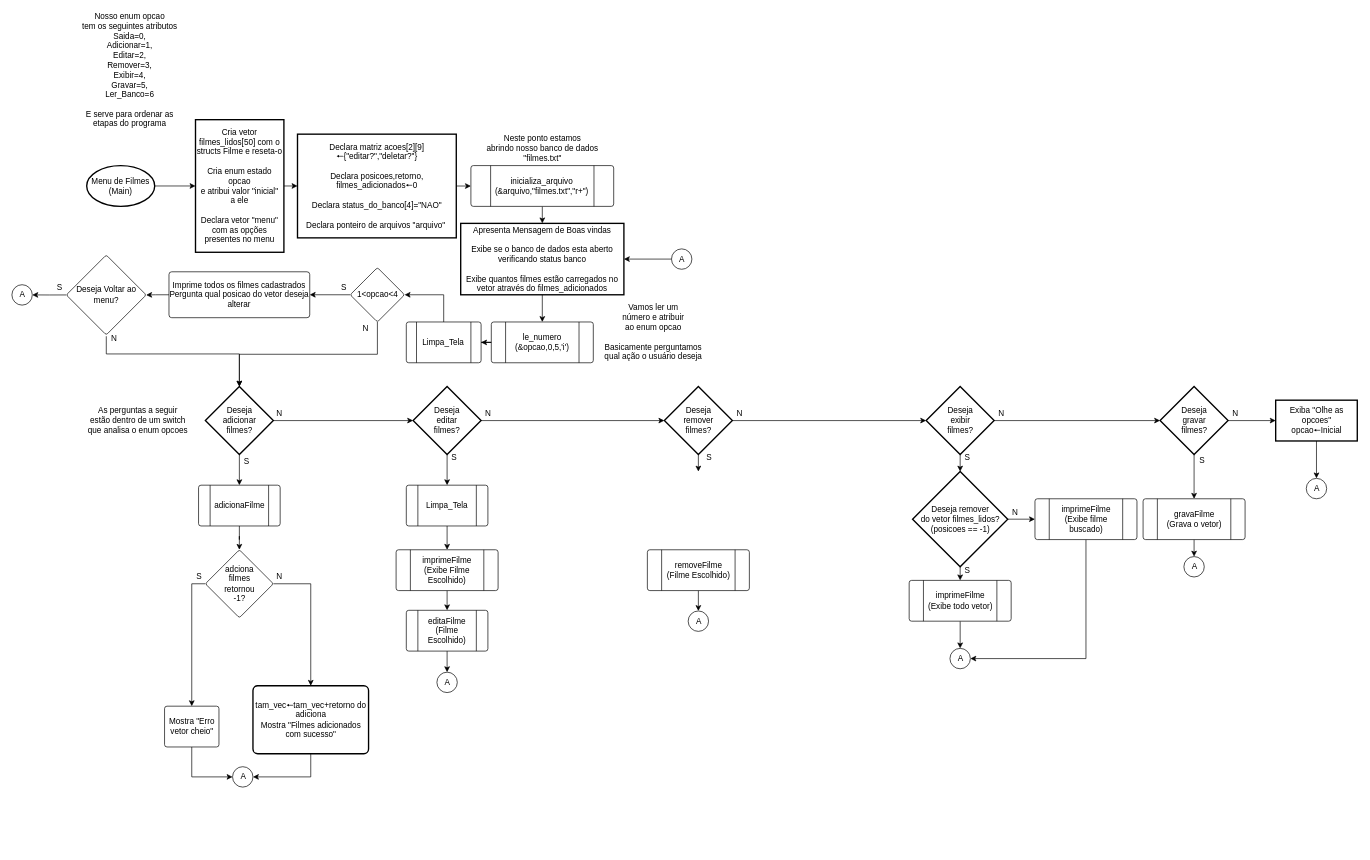
Before: Fluxograma/menu.drawio in riquetret/Mania-Filmes, a draw.io diagram. Source tidied: cells renumbered, new cells numbered last; positions are measured from the earlier drawing's top-left corner, leaving out a move shared by most shapes. Both pictures are drawn from the tidied source at 68%, with x=0, y=0 at pixel (12, 12).
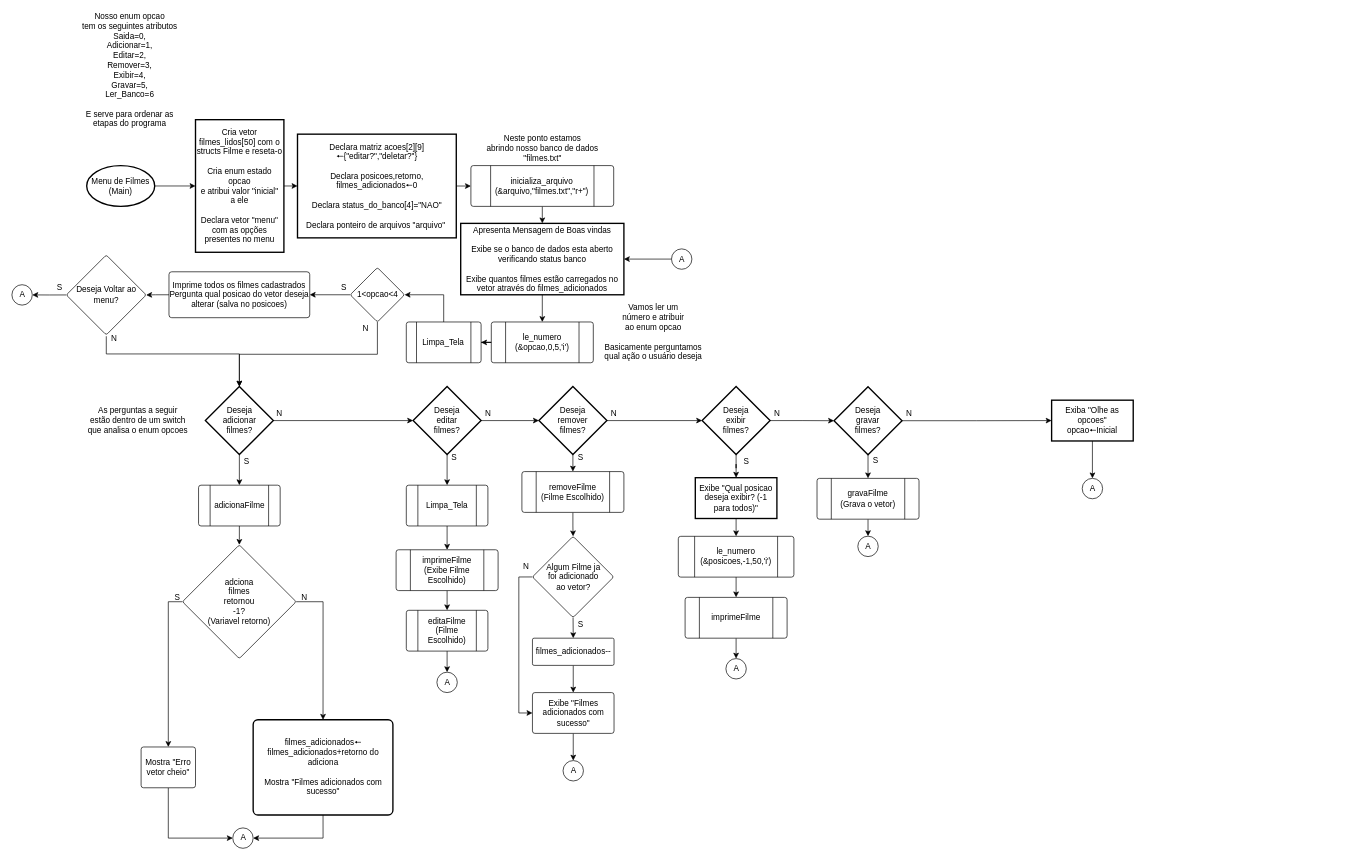
After the change.

The edit, as a diff of the source:
```diff
@@
-    <mxCell id="15" value="adciona&lt;br&gt;filmes&lt;br&gt;retornou&lt;br&gt;-1?" style="rhombus;whiteSpace=wrap;html=1;rounded=1;arcSize=6;" parent="1" vertex="1">
-      <mxGeometry x="284.5" y="790" width="100" height="100" as="geometry" />
+    <mxCell id="15" value="adciona&lt;br&gt;filmes&lt;br&gt;retornou&lt;br&gt;-1? &lt;br&gt;(Variavel retorno)" style="rhombus;whiteSpace=wrap;html=1;rounded=1;arcSize=6;" parent="1" vertex="1">
+      <mxGeometry x="250.8" y="782.8" width="167.2" height="167.2" as="geometry" />
     </mxCell>
@@
-    <mxCell id="17" value="tam_vec🠔tam_vec+retorno do adiciona&lt;br&gt;Mostra &quot;Filmes adicionados com sucesso&quot;" style="rounded=1;whiteSpace=wrap;html=1;absoluteArcSize=1;arcSize=14;strokeWidth=2;" parent="1" vertex="1">
-      <mxGeometry x="354.5" y="990" width="170" height="100" as="geometry" />
+    <mxCell id="17" value="filmes_adicionados🠔&lt;br&gt;filmes_adicionados+retorno do adiciona&lt;br&gt;&lt;br&gt;Mostra &quot;Filmes adicionados com sucesso&quot;" style="rounded=1;whiteSpace=wrap;html=1;absoluteArcSize=1;arcSize=14;strokeWidth=2;" parent="1" vertex="1">
+      <mxGeometry x="354.8" y="1040" width="205.5" height="140" as="geometry" />
     </mxCell>
     <mxCell id="18" value="N" style="text;html=1;align=center;verticalAlign=middle;strokeColor=none;fillColor=none;" parent="1" vertex="1">
-      <mxGeometry x="382.5" y="820" width="20" height="20" as="geometry" />
+      <mxGeometry x="420" y="850" width="20" height="20" as="geometry" />
     </mxCell>
@@
     <mxCell id="21" value="Mostra &quot;Erro vetor cheio&quot;" style="whiteSpace=wrap;html=1;rounded=1;arcSize=6;" parent="1" vertex="1">
-      <mxGeometry x="224.5" y="1020" width="80" height="60" as="geometry" />
+      <mxGeometry x="190" y="1080" width="80" height="60" as="geometry" />
     </mxCell>
     <mxCell id="22" value="A" style="verticalLabelPosition=middle;verticalAlign=middle;html=1;shape=mxgraph.flowchart.on-page_reference;labelPosition=center;align=center;" parent="1" vertex="1">
-      <mxGeometry x="324.5" y="1109" width="30" height="30" as="geometry" />
+      <mxGeometry x="324.8" y="1199" width="30" height="30" as="geometry" />
     </mxCell>
@@
     <mxCell id="27" value="S" style="text;html=1;align=center;verticalAlign=middle;strokeColor=none;fillColor=none;" parent="1" vertex="1">
-      <mxGeometry x="264.5" y="820" width="20" height="20" as="geometry" />
+      <mxGeometry x="233" y="850" width="20" height="20" as="geometry" />
     </mxCell>
@@
     <mxCell id="35" style="edgeStyle=orthogonalEdgeStyle;rounded=0;jettySize=auto;html=1;exitX=0.5;exitY=1;exitDx=0;exitDy=0;exitPerimeter=0;entryX=0.5;entryY=0;entryDx=0;entryDy=0;" parent="1" edge="1" source="36">
       <mxGeometry relative="1" as="geometry">
-        <mxPoint x="1009.5" y="675" as="targetPoint" />
+        <mxPoint x="825" y="675" as="targetPoint" />
       </mxGeometry>
     </mxCell>
     <mxCell id="36" value="Deseja&lt;br&gt;remover&lt;br&gt;filmes?" style="strokeWidth=2;html=1;shape=mxgraph.flowchart.decision;whiteSpace=wrap;" parent="1" vertex="1">
-      <mxGeometry x="959.5" y="550" width="100" height="100" as="geometry" />
+      <mxGeometry x="775" y="550" width="100" height="100" as="geometry" />
     </mxCell>
@@
     <mxCell id="38" value="S" style="text;html=1;align=center;verticalAlign=middle;strokeColor=none;fillColor=none;" parent="1" vertex="1">
-      <mxGeometry x="1014.5" y="645" width="20" height="20" as="geometry" />
+      <mxGeometry x="825.5" y="645" width="20" height="20" as="geometry" />
     </mxCell>
-    <mxCell id="39" style="edgeStyle=orthogonalEdgeStyle;rounded=0;jettySize=auto;html=1;exitX=0.5;exitY=1;exitDx=0;exitDy=0;entryX=0.5;entryY=0;entryDx=0;entryDy=0;entryPerimeter=0;" parent="1" edge="1" source="40" target="41">
-      <mxGeometry relative="1" as="geometry" />
-    </mxCell>
+    <mxCell id="98" style="edgeStyle=orthogonalEdgeStyle;rounded=0;jettySize=auto;html=1;" parent="1" edge="1" source="40" target="102">
+      <mxGeometry relative="1" as="geometry" />
+    </mxCell>
     <mxCell id="40" value="removeFilme&lt;br&gt;(Filme Escolhido)" style="verticalLabelPosition=middle;verticalAlign=middle;html=1;shape=process;whiteSpace=wrap;rounded=1;size=0.14;arcSize=6;labelPosition=center;align=center;" parent="1" vertex="1">
-      <mxGeometry x="934.5" y="790" width="150" height="60" as="geometry" />
+      <mxGeometry x="750" y="675" width="150" height="60" as="geometry" />
     </mxCell>
     <mxCell id="41" value="A" style="verticalLabelPosition=middle;verticalAlign=middle;html=1;shape=mxgraph.flowchart.on-page_reference;labelPosition=center;align=center;" parent="1" vertex="1">
-      <mxGeometry x="994.5" y="880" width="30" height="30" as="geometry" />
+      <mxGeometry x="810.5" y="1100" width="30" height="30" as="geometry" />
     </mxCell>
@@
-    <mxCell id="43" style="edgeStyle=orthogonalEdgeStyle;rounded=0;jettySize=auto;html=1;exitX=0.5;exitY=1;exitDx=0;exitDy=0;exitPerimeter=0;entryX=0.5;entryY=0;entryDx=0;entryDy=0;" parent="1" edge="1" source="44" target="67">
-      <mxGeometry relative="1" as="geometry" />
-    </mxCell>
+    <mxCell id="99" style="edgeStyle=orthogonalEdgeStyle;rounded=0;jettySize=auto;html=1;" parent="1" edge="1" source="44" target="109">
+      <mxGeometry relative="1" as="geometry" />
+    </mxCell>
     <mxCell id="44" value="Deseja&lt;br&gt;exibir&lt;br&gt;filmes?" style="strokeWidth=2;html=1;shape=mxgraph.flowchart.decision;whiteSpace=wrap;" parent="1" vertex="1">
-      <mxGeometry x="1344.5" y="550" width="100" height="100" as="geometry" />
+      <mxGeometry x="1015" y="550" width="100" height="100" as="geometry" />
     </mxCell>
     <mxCell id="45" value="N" style="text;html=1;align=center;verticalAlign=middle;strokeColor=none;fillColor=none;" parent="1" vertex="1">
-      <mxGeometry x="1059.5" y="580" width="20" height="20" as="geometry" />
+      <mxGeometry x="875" y="580" width="20" height="20" as="geometry" />
     </mxCell>
-    <mxCell id="46" value="S" style="text;html=1;align=center;verticalAlign=middle;strokeColor=none;fillColor=none;" parent="1" vertex="1">
-      <mxGeometry x="1394.5" y="645" width="20" height="20" as="geometry" />
-    </mxCell>
-    <mxCell id="47" style="edgeStyle=orthogonalEdgeStyle;rounded=0;jettySize=auto;html=1;exitX=0.5;exitY=1;exitDx=0;exitDy=0;entryX=0.5;entryY=0;entryDx=0;entryDy=0;entryPerimeter=0;" parent="1" edge="1" source="48" target="53">
-      <mxGeometry relative="1" as="geometry" />
-    </mxCell>
-    <mxCell id="48" value="imprimeFilme&lt;br&gt;(Exibe todo vetor)" style="verticalLabelPosition=middle;verticalAlign=middle;html=1;shape=process;whiteSpace=wrap;rounded=1;size=0.14;arcSize=6;labelPosition=center;align=center;" parent="1" vertex="1">
-      <mxGeometry x="1319.5" y="835" width="150" height="60" as="geometry" />
-    </mxCell>
-    <mxCell id="49" value="S" style="text;html=1;align=center;verticalAlign=middle;strokeColor=none;fillColor=none;" parent="1" vertex="1">
-      <mxGeometry x="1394.5" y="810" width="20" height="20" as="geometry" />
-    </mxCell>
-    <mxCell id="50" value="N" style="text;html=1;align=center;verticalAlign=middle;strokeColor=none;fillColor=none;" parent="1" vertex="1">
-      <mxGeometry x="1464.5" y="725" width="20" height="20" as="geometry" />
-    </mxCell>
-    <mxCell id="51" style="edgeStyle=orthogonalEdgeStyle;rounded=0;jettySize=auto;html=1;exitX=0.5;exitY=1;exitDx=0;exitDy=0;entryX=1;entryY=0.5;entryDx=0;entryDy=0;entryPerimeter=0;" parent="1" edge="1" source="52" target="53">
+    <mxCell id="51" style="edgeStyle=orthogonalEdgeStyle;rounded=0;jettySize=auto;html=1;exitX=0.5;exitY=1;exitDx=0;exitDy=0;entryX=0.5;entryY=0;entryDx=0;entryDy=0;entryPerimeter=0;" parent="1" edge="1" source="52" target="53">
       <mxGeometry relative="1" as="geometry" />
     </mxCell>
-    <mxCell id="52" value="imprimeFilme&lt;br&gt;(Exibe filme buscado)" style="verticalLabelPosition=middle;verticalAlign=middle;html=1;shape=process;whiteSpace=wrap;rounded=1;size=0.14;arcSize=6;labelPosition=center;align=center;" parent="1" vertex="1">
-      <mxGeometry x="1504.5" y="715" width="150" height="60" as="geometry" />
+    <mxCell id="52" value="imprimeFilme" style="verticalLabelPosition=middle;verticalAlign=middle;html=1;shape=process;whiteSpace=wrap;rounded=1;size=0.14;arcSize=6;labelPosition=center;align=center;" parent="1" vertex="1">
+      <mxGeometry x="990" y="860" width="150" height="60" as="geometry" />
     </mxCell>
     <mxCell id="53" value="A" style="verticalLabelPosition=middle;verticalAlign=middle;html=1;shape=mxgraph.flowchart.on-page_reference;labelPosition=center;align=center;" parent="1" vertex="1">
-      <mxGeometry x="1379.5" y="935" width="30" height="30" as="geometry" />
+      <mxGeometry x="1050" y="950" width="30" height="30" as="geometry" />
     </mxCell>
@@
     <mxCell id="56" value="Deseja&lt;br&gt;gravar&lt;br&gt;filmes?" style="strokeWidth=2;html=1;shape=mxgraph.flowchart.decision;whiteSpace=wrap;" parent="1" vertex="1">
-      <mxGeometry x="1688.5" y="550" width="100" height="100" as="geometry" />
+      <mxGeometry x="1209" y="550.2" width="100" height="100" as="geometry" />
     </mxCell>
     <mxCell id="57" value="N" style="text;html=1;align=center;verticalAlign=middle;strokeColor=none;fillColor=none;" parent="1" vertex="1">
-      <mxGeometry x="1444.5" y="580" width="20" height="20" as="geometry" />
+      <mxGeometry x="1115" y="580" width="20" height="20" as="geometry" />
     </mxCell>
@@
     <mxCell id="59" value="gravaFilme&lt;br&gt;(Grava o vetor)" style="verticalLabelPosition=middle;verticalAlign=middle;html=1;shape=process;whiteSpace=wrap;rounded=1;size=0.14;arcSize=6;labelPosition=center;align=center;" parent="1" vertex="1">
-      <mxGeometry x="1663.5" y="715" width="150" height="60" as="geometry" />
+      <mxGeometry x="1184" y="685" width="150" height="60" as="geometry" />
     </mxCell>
     <mxCell id="60" value="S" style="text;html=1;align=center;verticalAlign=middle;strokeColor=none;fillColor=none;" parent="1" vertex="1">
-      <mxGeometry x="1739.5" y="649" width="20" height="20" as="geometry" />
+      <mxGeometry x="1260" y="649.2" width="20" height="20" as="geometry" />
     </mxCell>
     <mxCell id="61" value="A" style="verticalLabelPosition=middle;verticalAlign=middle;html=1;shape=mxgraph.flowchart.on-page_reference;labelPosition=center;align=center;" parent="1" vertex="1">
-      <mxGeometry x="1723.5" y="800" width="30" height="30" as="geometry" />
+      <mxGeometry x="1244" y="770" width="30" height="30" as="geometry" />
     </mxCell>
@@
     <mxCell id="63" value="Exiba &quot;Olhe as opcoes&quot;&lt;br&gt;opcao🠔Inicial" style="whiteSpace=wrap;html=1;strokeWidth=2;" parent="1" vertex="1">
-      <mxGeometry x="1858.5" y="570" width="120" height="60" as="geometry" />
+      <mxGeometry x="1529" y="570" width="120" height="60" as="geometry" />
     </mxCell>
     <mxCell id="64" value="A" style="verticalLabelPosition=middle;verticalAlign=middle;html=1;shape=mxgraph.flowchart.on-page_reference;labelPosition=center;align=center;" parent="1" vertex="1">
-      <mxGeometry x="1903.5" y="685" width="30" height="30" as="geometry" />
+      <mxGeometry x="1574" y="685" width="30" height="30" as="geometry" />
     </mxCell>
-    <mxCell id="65" style="edgeStyle=orthogonalEdgeStyle;rounded=0;jettySize=auto;html=1;exitX=1;exitY=0.5;exitDx=0;exitDy=0;entryX=0;entryY=0.5;entryDx=0;entryDy=0;" parent="1" edge="1" source="67" target="52">
-      <mxGeometry relative="1" as="geometry" />
-    </mxCell>
-    <mxCell id="66" style="edgeStyle=orthogonalEdgeStyle;rounded=0;jettySize=auto;html=1;exitX=0.5;exitY=1;exitDx=0;exitDy=0;entryX=0.5;entryY=0;entryDx=0;entryDy=0;" parent="1" edge="1" source="67" target="48">
-      <mxGeometry relative="1" as="geometry" />
-    </mxCell>
-    <mxCell id="67" value="Deseja remover&lt;br&gt;do vetor filmes_lidos?&lt;br&gt;(posicoes == -1)" style="rhombus;whiteSpace=wrap;html=1;strokeWidth=2;" parent="1" vertex="1">
-      <mxGeometry x="1324.5" y="675" width="140" height="140" as="geometry" />
-    </mxCell>
     <mxCell id="68" value="N" style="text;html=1;align=center;verticalAlign=middle;strokeColor=none;fillColor=none;" parent="1" vertex="1">
-      <mxGeometry x="1788.5" y="580" width="20" height="20" as="geometry" />
+      <mxGeometry x="1309" y="580.2" width="20" height="20" as="geometry" />
     </mxCell>
@@
-    <mxCell id="82" value="Imprime todos os filmes cadastrados&lt;br&gt;Pergunta qual posicao do vetor deseja alterar" style="whiteSpace=wrap;html=1;rounded=1;arcSize=6;" parent="1" vertex="1">
+    <mxCell id="82" value="Imprime todos os filmes cadastrados&lt;br&gt;Pergunta qual posicao do vetor deseja alterar (salva no posicoes)" style="whiteSpace=wrap;html=1;rounded=1;arcSize=6;" parent="1" vertex="1">
       <mxGeometry x="231" y="381.2" width="207" height="67.5" as="geometry" />
     </mxCell>
@@
+    <mxCell id="100" style="edgeStyle=orthogonalEdgeStyle;rounded=0;jettySize=auto;html=1;exitX=0.5;exitY=1;exitDx=0;exitDy=0;entryX=0.5;entryY=0;entryDx=0;entryDy=0;" parent="1" edge="1" source="102" target="104">
+      <mxGeometry relative="1" as="geometry" />
+    </mxCell>
+    <mxCell id="101" style="edgeStyle=orthogonalEdgeStyle;rounded=0;jettySize=auto;html=1;exitX=0;exitY=0.5;exitDx=0;exitDy=0;entryX=0;entryY=0.5;entryDx=0;entryDy=0;" parent="1" edge="1" source="102" target="107">
+      <mxGeometry relative="1" as="geometry" />
+    </mxCell>
+    <mxCell id="102" value="Algum Filme ja &lt;br&gt;foi adicionado &lt;br&gt;ao vetor?" style="rhombus;whiteSpace=wrap;html=1;rounded=1;arcSize=6;" parent="1" vertex="1">
+      <mxGeometry x="765.5" y="770.2" width="119.5" height="119.5" as="geometry" />
+    </mxCell>
+    <mxCell id="103" style="edgeStyle=orthogonalEdgeStyle;rounded=0;jettySize=auto;html=1;" parent="1" edge="1" source="104" target="107">
+      <mxGeometry relative="1" as="geometry" />
+    </mxCell>
+    <mxCell id="104" value="filmes_adicionados--" style="whiteSpace=wrap;html=1;rounded=1;arcSize=6;" parent="1" vertex="1">
+      <mxGeometry x="765.5" y="920" width="120" height="40" as="geometry" />
+    </mxCell>
+    <mxCell id="105" value="S" style="text;html=1;align=center;verticalAlign=middle;strokeColor=none;fillColor=none;" parent="1" vertex="1">
+      <mxGeometry x="825.5" y="889.8" width="20" height="20" as="geometry" />
+    </mxCell>
+    <mxCell id="106" style="edgeStyle=orthogonalEdgeStyle;rounded=0;jettySize=auto;html=1;exitX=0.5;exitY=1;exitDx=0;exitDy=0;entryX=0.5;entryY=0;entryDx=0;entryDy=0;entryPerimeter=0;" parent="1" edge="1" source="107" target="41">
+      <mxGeometry relative="1" as="geometry" />
+    </mxCell>
+    <mxCell id="107" value="Exibe &quot;Filmes adicionados com sucesso&quot;" style="whiteSpace=wrap;html=1;rounded=1;arcSize=6;" parent="1" vertex="1">
+      <mxGeometry x="765.5" y="1000" width="120" height="60" as="geometry" />
+    </mxCell>
+    <mxCell id="50" value="N" style="text;html=1;align=center;verticalAlign=middle;strokeColor=none;fillColor=none;" parent="1" vertex="1">
+      <mxGeometry x="745.5" y="805" width="20" height="20" as="geometry" />
+    </mxCell>
+    <mxCell id="108" style="edgeStyle=orthogonalEdgeStyle;rounded=0;jettySize=auto;html=1;exitX=0.5;exitY=1;exitDx=0;exitDy=0;entryX=0.5;entryY=0;entryDx=0;entryDy=0;" parent="1" edge="1" source="109" target="111">
+      <mxGeometry relative="1" as="geometry" />
+    </mxCell>
+    <mxCell id="109" value="Exibe &quot;Qual posicao deseja exibir? (-1 para todos)&quot;" style="whiteSpace=wrap;html=1;strokeWidth=2;" parent="1" vertex="1">
+      <mxGeometry x="1005" y="684" width="120" height="60" as="geometry" />
+    </mxCell>
+    <mxCell id="110" style="edgeStyle=orthogonalEdgeStyle;rounded=0;jettySize=auto;html=1;exitX=0.5;exitY=1;exitDx=0;exitDy=0;entryX=0.5;entryY=0;entryDx=0;entryDy=0;" parent="1" edge="1" source="111" target="52">
+      <mxGeometry relative="1" as="geometry" />
+    </mxCell>
+    <mxCell id="111" value="le_numero&lt;br&gt;(&amp;amp;posicoes,-1,50,'i')" style="verticalLabelPosition=middle;verticalAlign=middle;html=1;shape=process;whiteSpace=wrap;rounded=1;size=0.14;arcSize=6;labelPosition=center;align=center;" parent="1" vertex="1">
+      <mxGeometry x="980" y="770.2" width="170" height="60" as="geometry" />
+    </mxCell>
+    <mxCell id="112" value="S" style="text;html=1;align=center;verticalAlign=middle;strokeColor=none;fillColor=none;" parent="1" vertex="1">
+      <mxGeometry x="1070" y="650.2" width="20" height="20" as="geometry" />
+    </mxCell>
```
